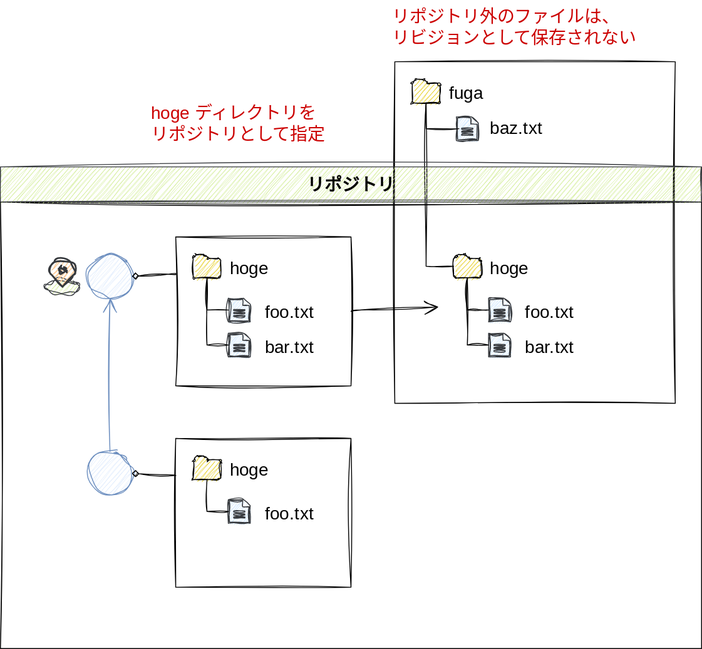
This is doc/image/introducion/repository.drawio.svg from kazurego7/fit, a draw.io export, as it was before one commit. Source tidied: cells renumbered, new cells last; positions are measured from the earlier drawing's top-left corner, leaving out a move shared by most shapes.
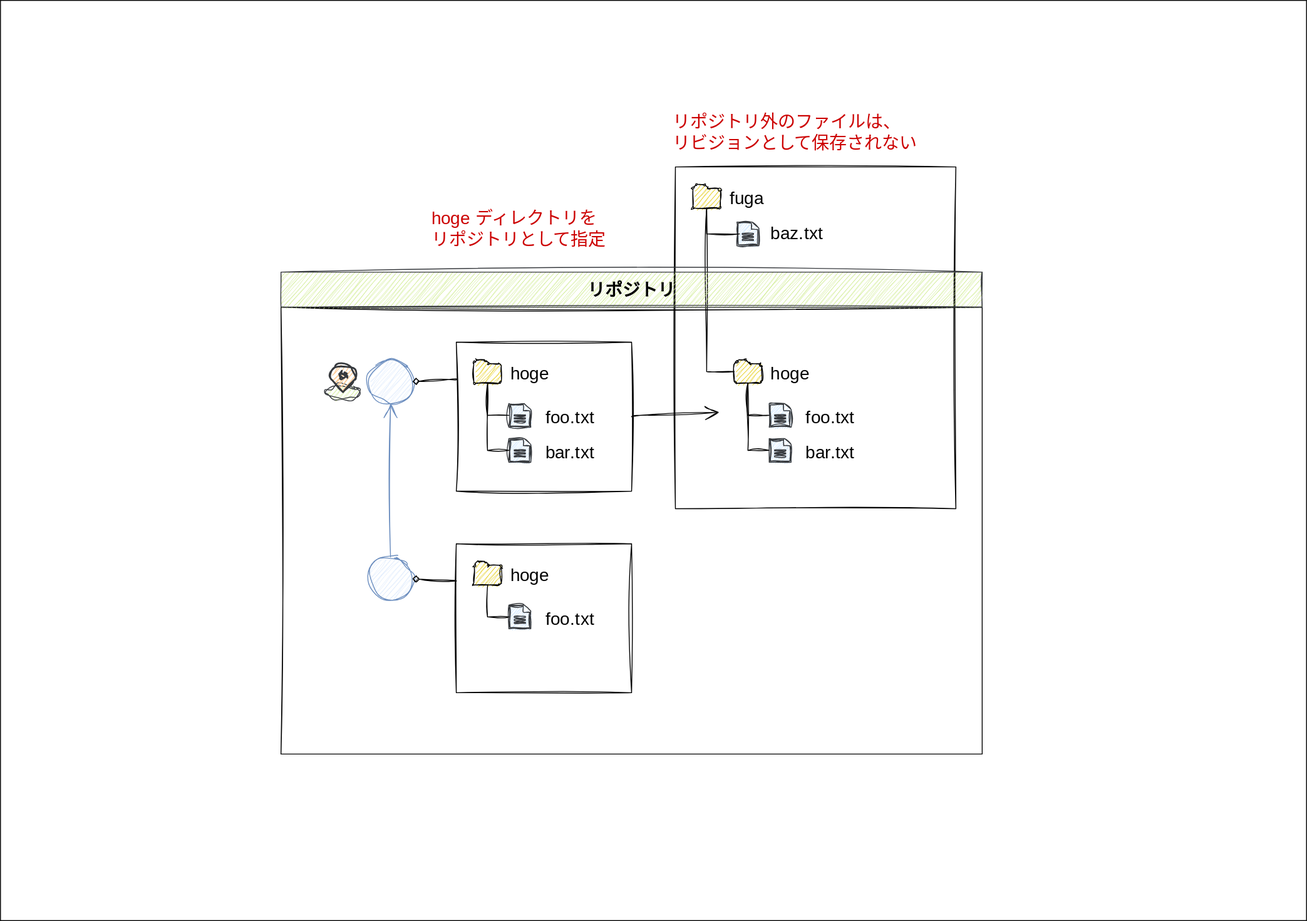
The same file after the commit.

The edit, as a diff of the source:
```diff
@@ -2,6 +2,9 @@
   <root>
     <mxCell id="0" />
     <mxCell id="1" parent="0" />
+    <mxCell id="48" style="rounded=0;whiteSpace=wrap;html=1;hachureGap=4;fontFamily=Architects Daughter;fontSource=https%3A%2F%2Ffonts.googleapis.com%2Fcss%3Ffamily%3DArchitects%2BDaughter;fontSize=20;" parent="1" vertex="1">
+      <mxGeometry x="-320" y="-120" width="1490" height="1050" as="geometry" />
+    </mxCell>
     <mxCell id="2" style="rounded=0;whiteSpace=wrap;html=1;shadow=0;sketch=1;hachureGap=4;jiggle=2;curveFitting=1;fontFamily=Architects Daughter;fontSource=https%3A%2F%2Ffonts.googleapis.com%2Fcss%3Ffamily%3DArchitects%2BDaughter;fontSize=20;fillColor=default;strokeColor=none;" parent="1" vertex="1">
       <mxGeometry y="230" width="800" height="510" as="geometry" />
     </mxCell>
```
